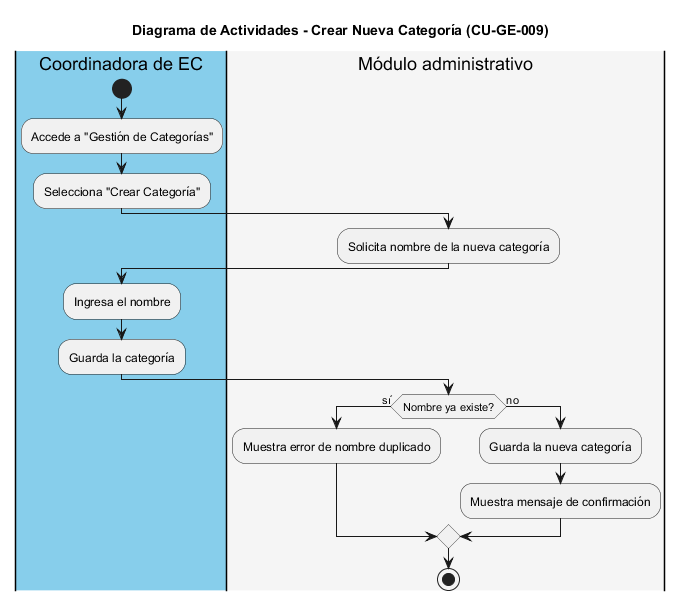
Above: img/CU-GE-009_Crear_Categoria.png in iKinoo/baby-salesforce-admin-module (PlantUML), before the change.
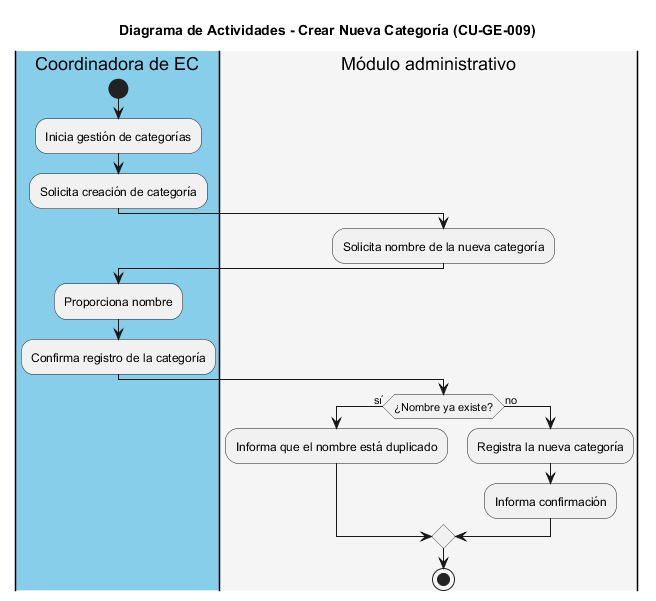
After the change.

Diff of the diagram source:
```diff
@@ -1,24 +1,24 @@
-@startuml
+@startuml CU-GE-009_Crear_Categoria
 title Diagrama de Actividades - Crear Nueva Categoría (CU-GE-009)
 
 |#skyblue|Coordinadora de EC|
 start
-:Accede a "Gestión de Categorías";
-:Selecciona "Crear Categoría";
+:Inicia gestión de categorías;
+:Solicita creación de categoría;
 
 |#whitesmoke|Módulo administrativo|
 :Solicita nombre de la nueva categoría;
 
 |#skyblue|Coordinadora de EC|
-:Ingresa el nombre;
-:Guarda la categoría;
+:Proporciona nombre;
+:Confirma registro de la categoría;
 
 |#whitesmoke|Módulo administrativo|
-if (Nombre ya existe?) then (sí)
-  :Muestra error de nombre duplicado;
+if (¿Nombre ya existe?) then (sí)
+  :Informa que el nombre está duplicado;
 else (no)
-  :Guarda la nueva categoría;
-  :Muestra mensaje de confirmación;
+  :Registra la nueva categoría;
+  :Informa confirmación;
 endif
 stop
 @enduml
```
